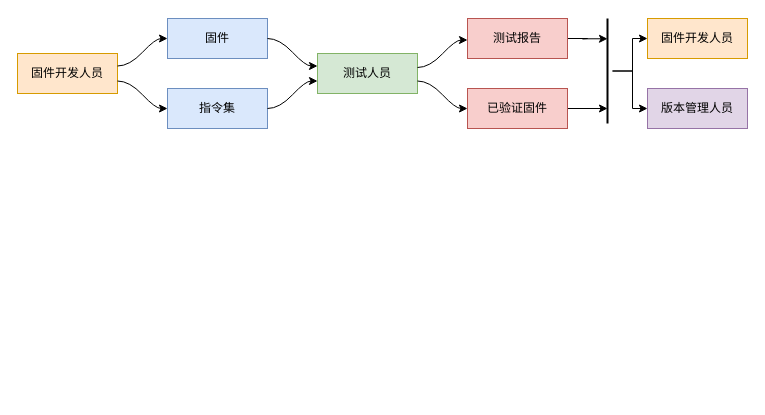
This is Bad FW Test Procedur.drawio from RyanLiuF/Project, a draw.io file, before an edit. Source tidied: cells renumbered, new cells numbered last; positions are measured from the earlier drawing's top-left corner, leaving out a move shared by most shapes. Both pictures are drawn from the tidied source at 100%, with x=0, y=0 at pixel (17, 18).
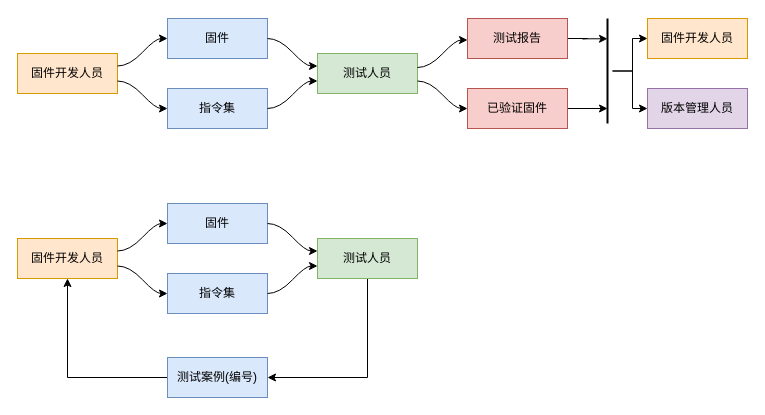
The same page after the edit.

The edit, as a diff of the source:
```diff
@@
+    <mxCell id="21" value="固件开发人员" style="whiteSpace=wrap;html=1;fillColor=#ffe6cc;strokeColor=#d79b00;" parent="1" vertex="1">
+      <mxGeometry y="220" width="100" height="40" as="geometry" />
+    </mxCell>
+    <mxCell id="22" value="固件" style="whiteSpace=wrap;html=1;fillColor=#dae8fc;strokeColor=#6c8ebf;" parent="1" vertex="1">
+      <mxGeometry x="150" y="185" width="100" height="40" as="geometry" />
+    </mxCell>
+    <mxCell id="23" style="html=1;curved=1;noEdgeStyle=1;orthogonal=1;" parent="1" edge="1" source="21" target="22">
+      <mxGeometry relative="1" as="geometry">
+        <Array as="points">
+          <mxPoint x="112" y="232.5" />
+          <mxPoint x="138" y="205" />
+        </Array>
+      </mxGeometry>
+    </mxCell>
+    <mxCell id="24" value="指令集" style="whiteSpace=wrap;html=1;fillColor=#dae8fc;strokeColor=#6c8ebf;" parent="1" vertex="1">
+      <mxGeometry x="150" y="255" width="100" height="40" as="geometry" />
+    </mxCell>
+    <mxCell id="25" style="html=1;curved=1;noEdgeStyle=1;orthogonal=1;" parent="1" edge="1" source="21" target="24">
+      <mxGeometry relative="1" as="geometry">
+        <Array as="points">
+          <mxPoint x="112" y="247.5" />
+          <mxPoint x="138" y="275" />
+        </Array>
+      </mxGeometry>
+    </mxCell>
+    <mxCell id="26" style="edgeStyle=orthogonalEdgeStyle;rounded=0;jettySize=auto;html=1;entryX=1;entryY=0.5;entryDx=0;entryDy=0;" parent="1" edge="1" source="27" target="31">
+      <mxGeometry relative="1" as="geometry">
+        <Array as="points">
+          <mxPoint x="350" y="359" />
+        </Array>
+      </mxGeometry>
+    </mxCell>
+    <mxCell id="27" value="测试人员" style="whiteSpace=wrap;html=1;fillColor=#d5e8d4;strokeColor=#82b366;" parent="1" vertex="1">
+      <mxGeometry x="300" y="220" width="100" height="40" as="geometry" />
+    </mxCell>
+    <mxCell id="28" style="html=1;curved=1;noEdgeStyle=1;orthogonal=1;" parent="1" edge="1" source="22" target="27">
+      <mxGeometry relative="1" as="geometry">
+        <Array as="points">
+          <mxPoint x="262" y="205" />
+          <mxPoint x="288" y="232.5" />
+        </Array>
+      </mxGeometry>
+    </mxCell>
+    <mxCell id="29" style="html=1;curved=1;noEdgeStyle=1;orthogonal=1;" parent="1" edge="1" source="24" target="27">
+      <mxGeometry relative="1" as="geometry">
+        <Array as="points">
+          <mxPoint x="262" y="275" />
+          <mxPoint x="288" y="247.5" />
+        </Array>
+      </mxGeometry>
+    </mxCell>
+    <mxCell id="30" style="edgeStyle=orthogonalEdgeStyle;rounded=0;jettySize=auto;html=1;entryX=0.5;entryY=1;entryDx=0;entryDy=0;" parent="1" edge="1" source="31" target="21">
+      <mxGeometry relative="1" as="geometry" />
+    </mxCell>
+    <mxCell id="31" value="测试案例(编号)" style="whiteSpace=wrap;html=1;fillColor=#dae8fc;strokeColor=#6c8ebf;" parent="1" vertex="1">
+      <mxGeometry x="150" y="339" width="100" height="40" as="geometry" />
+    </mxCell>
```
